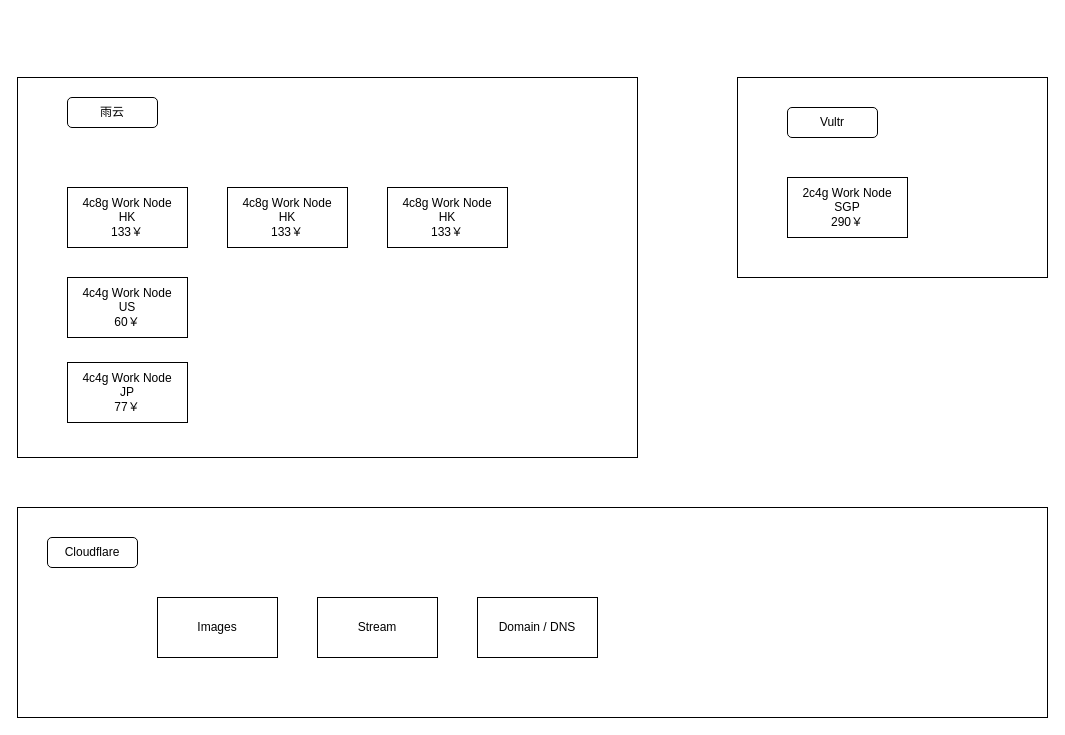
Before: KIRAKIRA-Hybrid.drawio in cfdxkk/KIRAKIRA-Hybrid, a draw.io diagram. Source tidied: cells renumbered, new cells numbered last; positions are measured from the earlier drawing's top-left corner, leaving out a move shared by most shapes. Both pictures are drawn from the tidied source at 100%, with x=0, y=0 at pixel (17, 77).
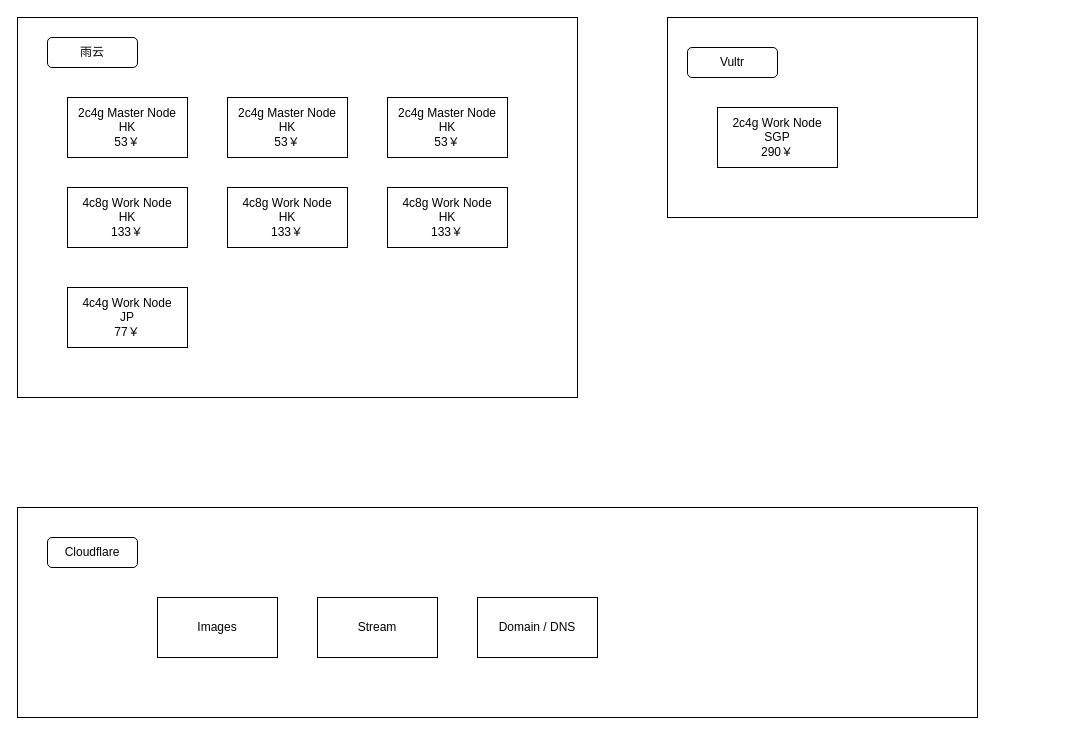
The same page after the edit.

The edit, as a diff of the source:
```diff
@@
 <mxGraphModel>
   <root>
     <mxCell id="0" />
     <mxCell id="1" parent="0" />
     <mxCell id="2" style="rounded=0;whiteSpace=wrap;html=1;" parent="1" vertex="1">
-      <mxGeometry width="620" height="380" as="geometry" />
+      <mxGeometry y="-60" width="560" height="380" as="geometry" />
     </mxCell>
     <mxCell id="3" value="雨云" style="rounded=1;whiteSpace=wrap;html=1;" parent="1" vertex="1">
-      <mxGeometry x="50" y="20" width="90" height="30" as="geometry" />
+      <mxGeometry x="30" y="-40" width="90" height="30" as="geometry" />
     </mxCell>
     <mxCell id="4" value="4c8g Work Node&lt;br&gt;HK&lt;br&gt;133￥" style="rounded=0;whiteSpace=wrap;html=1;" parent="1" vertex="1">
       <mxGeometry x="50" y="110" width="120" height="60" as="geometry" />
     </mxCell>
     <mxCell id="5" value="4c8g Work Node&lt;br&gt;HK&lt;br&gt;133￥" style="rounded=0;whiteSpace=wrap;html=1;" parent="1" vertex="1">
       <mxGeometry x="210" y="110" width="120" height="60" as="geometry" />
     </mxCell>
     <mxCell id="6" value="4c8g Work Node&lt;br&gt;HK&lt;br&gt;133￥" style="rounded=0;whiteSpace=wrap;html=1;" parent="1" vertex="1">
       <mxGeometry x="370" y="110" width="120" height="60" as="geometry" />
     </mxCell>
-    <mxCell id="7" value="4c4g Work Node&lt;br&gt;US&lt;br&gt;60￥" style="rounded=0;whiteSpace=wrap;html=1;" parent="1" vertex="1">
-      <mxGeometry x="50" y="200" width="120" height="60" as="geometry" />
-    </mxCell>
     <mxCell id="8" style="rounded=0;whiteSpace=wrap;html=1;" parent="1" vertex="1">
-      <mxGeometry x="720" width="310" height="200" as="geometry" />
+      <mxGeometry x="650" y="-60" width="310" height="200" as="geometry" />
     </mxCell>
     <mxCell id="9" value="Vultr" style="rounded=1;whiteSpace=wrap;html=1;" parent="1" vertex="1">
-      <mxGeometry x="770" y="30" width="90" height="30" as="geometry" />
+      <mxGeometry x="670" y="-30" width="90" height="30" as="geometry" />
     </mxCell>
     <mxCell id="10" value="2c4g Work Node&lt;br&gt;SGP&lt;br&gt;290￥" style="rounded=0;whiteSpace=wrap;html=1;" parent="1" vertex="1">
-      <mxGeometry x="770" y="100" width="120" height="60" as="geometry" />
+      <mxGeometry x="700" y="30" width="120" height="60" as="geometry" />
     </mxCell>
     <mxCell id="11" value="4c4g Work Node&lt;br&gt;JP&lt;br&gt;77￥" style="rounded=0;whiteSpace=wrap;html=1;" parent="1" vertex="1">
-      <mxGeometry x="50" y="285" width="120" height="60" as="geometry" />
+      <mxGeometry x="50" y="210" width="120" height="60" as="geometry" />
     </mxCell>
     <mxCell id="12" style="rounded=0;whiteSpace=wrap;html=1;" parent="1" vertex="1">
-      <mxGeometry y="430" width="1030" height="210" as="geometry" />
+      <mxGeometry y="430" width="960" height="210" as="geometry" />
     </mxCell>
     <mxCell id="13" value="Cloudflare" style="rounded=1;whiteSpace=wrap;html=1;" parent="1" vertex="1">
       <mxGeometry x="30" y="460" width="90" height="30" as="geometry" />
     </mxCell>
     <mxCell id="14" value="Images" style="rounded=0;whiteSpace=wrap;html=1;" parent="1" vertex="1">
       <mxGeometry x="140" y="520" width="120" height="60" as="geometry" />
     </mxCell>
     <mxCell id="15" value="Stream" style="rounded=0;whiteSpace=wrap;html=1;" parent="1" vertex="1">
       <mxGeometry x="300" y="520" width="120" height="60" as="geometry" />
     </mxCell>
     <mxCell id="16" value="Domain / DNS" style="rounded=0;whiteSpace=wrap;html=1;" parent="1" vertex="1">
       <mxGeometry x="460" y="520" width="120" height="60" as="geometry" />
     </mxCell>
+    <mxCell id="17" value="2c4g Master Node&lt;br&gt;HK&lt;br&gt;53￥" style="rounded=0;whiteSpace=wrap;html=1;" parent="1" vertex="1">
+      <mxGeometry x="50" y="20" width="120" height="60" as="geometry" />
+    </mxCell>
+    <mxCell id="18" value="2c4g Master Node&lt;br&gt;HK&lt;br&gt;53￥" style="rounded=0;whiteSpace=wrap;html=1;" parent="1" vertex="1">
+      <mxGeometry x="210" y="20" width="120" height="60" as="geometry" />
+    </mxCell>
+    <mxCell id="19" value="2c4g Master Node&lt;br&gt;HK&lt;br&gt;53￥" style="rounded=0;whiteSpace=wrap;html=1;" parent="1" vertex="1">
+      <mxGeometry x="370" y="20" width="120" height="60" as="geometry" />
+    </mxCell>
   </root>
 </mxGraphModel>
```
